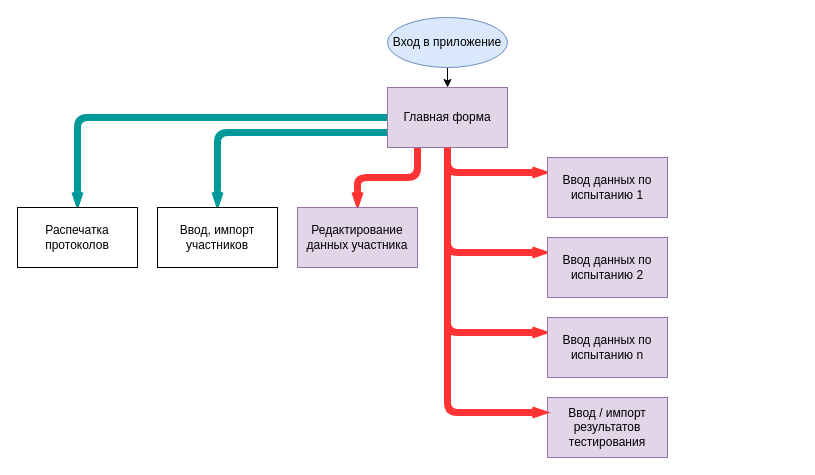
Above: user flow.drawio in AndrewKrazhev/DB (draw.io), before the change. Source tidied: cells renumbered, new cells numbered last; positions are measured from the earlier drawing's top-left corner, leaving out a move shared by most shapes. Both pictures are drawn from the tidied source at 100%, with x=0, y=0 at pixel (17, 17).
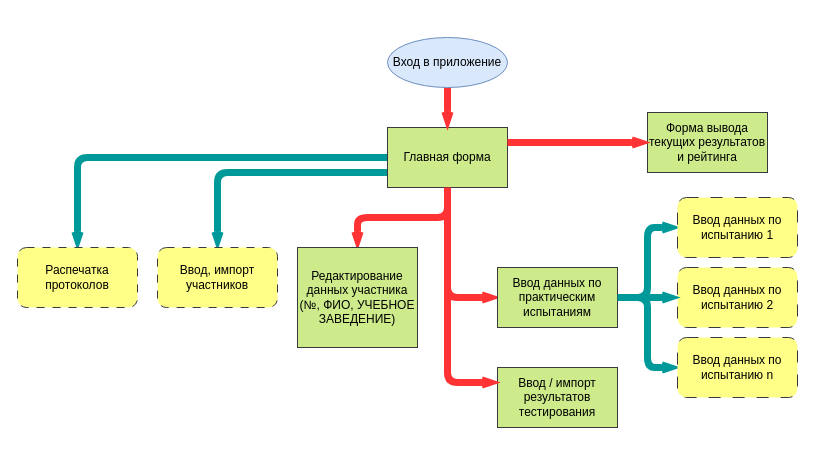
The same diagram, later.

Change to the diagram source:
```diff
@@
-    <mxCell id="4" style="edgeStyle=orthogonalEdgeStyle;rounded=1;jettySize=auto;html=1;exitX=0.25;exitY=1;exitDx=0;exitDy=0;entryX=0.5;entryY=0;entryDx=0;entryDy=0;strokeWidth=7;endSize=1;startSize=1;endArrow=openThin;endFill=0;strokeColor=#FF3333;" parent="1" edge="1" source="8" target="12">
+    <mxCell id="4" style="edgeStyle=orthogonalEdgeStyle;rounded=1;jettySize=auto;html=1;exitX=0.5;exitY=1;exitDx=0;exitDy=0;entryX=0.5;entryY=0;entryDx=0;entryDy=0;strokeWidth=7;endSize=1;startSize=1;endArrow=openThin;endFill=0;strokeColor=#FF3333;" parent="1" edge="1" source="8" target="12">
       <mxGeometry relative="1" as="geometry" />
     </mxCell>
-    <mxCell id="5" style="edgeStyle=orthogonalEdgeStyle;rounded=1;jettySize=auto;html=1;exitX=0.5;exitY=1;exitDx=0;exitDy=0;entryX=0;entryY=0.25;entryDx=0;entryDy=0;strokeWidth=7;endSize=1;startSize=1;endArrow=openThin;endFill=0;strokeColor=#FF3333;" parent="1" edge="1" source="8" target="15">
+    <mxCell id="5" style="edgeStyle=orthogonalEdgeStyle;rounded=1;jettySize=auto;html=1;exitX=1;exitY=0.5;exitDx=0;exitDy=0;entryX=0;entryY=0.5;entryDx=0;entryDy=0;strokeWidth=7;endSize=1;startSize=1;endArrow=openThin;endFill=0;strokeColor=#009999;fillColor=#cce5ff;" parent="1" edge="1" source="21" target="15">
       <mxGeometry relative="1" as="geometry" />
     </mxCell>
-    <mxCell id="6" style="edgeStyle=orthogonalEdgeStyle;rounded=1;jettySize=auto;html=1;exitX=0.5;exitY=1;exitDx=0;exitDy=0;entryX=0;entryY=0.25;entryDx=0;entryDy=0;strokeWidth=7;endSize=1;startSize=1;endArrow=openThin;endFill=0;strokeColor=#FF3333;" parent="1" edge="1" source="8" target="14">
+    <mxCell id="6" style="edgeStyle=orthogonalEdgeStyle;rounded=1;jettySize=auto;html=1;exitX=0.5;exitY=1;exitDx=0;exitDy=0;entryX=0;entryY=0.5;entryDx=0;entryDy=0;strokeWidth=7;endSize=1;startSize=1;endArrow=openThin;endFill=0;strokeColor=#FF3333;" parent="1" edge="1" source="8" target="21">
       <mxGeometry relative="1" as="geometry" />
     </mxCell>
-    <mxCell id="7" style="edgeStyle=orthogonalEdgeStyle;rounded=1;jettySize=auto;html=1;exitX=0.5;exitY=1;exitDx=0;exitDy=0;entryX=0;entryY=0.25;entryDx=0;entryDy=0;strokeWidth=7;endSize=1;startSize=1;endArrow=openThin;endFill=0;strokeColor=#FF3333;" parent="1" edge="1" source="8" target="13">
+    <mxCell id="7" style="edgeStyle=orthogonalEdgeStyle;rounded=1;jettySize=auto;html=1;exitX=1;exitY=0.5;exitDx=0;exitDy=0;entryX=0;entryY=0.5;entryDx=0;entryDy=0;strokeWidth=7;endSize=1;startSize=1;endArrow=openThin;endFill=0;strokeColor=#009999;fillColor=#cce5ff;" parent="1" edge="1" source="21" target="13">
       <mxGeometry relative="1" as="geometry" />
     </mxCell>
-    <mxCell id="8" value="Главная форма" style="rounded=0;whiteSpace=wrap;html=1;fillColor=#e1d5e7;strokeColor=#9673a6;" parent="1" vertex="1">
-      <mxGeometry x="370" y="70" width="120" height="60" as="geometry" />
+    <mxCell id="8" value="Главная форма" style="rounded=0;whiteSpace=wrap;html=1;fillColor=#cdeb8b;strokeColor=#36393d;" parent="1" vertex="1">
+      <mxGeometry x="370" y="110" width="120" height="60" as="geometry" />
     </mxCell>
-    <mxCell id="9" style="edgeStyle=orthogonalEdgeStyle;rounded=0;jettySize=auto;html=1;exitX=0.5;exitY=1;exitDx=0;exitDy=0;entryX=0.5;entryY=0;entryDx=0;entryDy=0;" parent="1" edge="1" source="10" target="8">
+    <mxCell id="9" style="edgeStyle=orthogonalEdgeStyle;rounded=1;jettySize=auto;html=1;exitX=0.5;exitY=1;exitDx=0;exitDy=0;entryX=0.5;entryY=0;entryDx=0;entryDy=0;strokeWidth=7;endSize=1;startSize=1;endArrow=openThin;endFill=0;strokeColor=#FF3333;" parent="1" edge="1" source="10" target="8">
       <mxGeometry relative="1" as="geometry" />
     </mxCell>
     <mxCell id="10" value="Вход в приложение" style="ellipse;whiteSpace=wrap;html=1;fillColor=#dae8fc;strokeColor=#6c8ebf;" parent="1" vertex="1">
-      <mxGeometry x="370" width="120" height="50" as="geometry" />
+      <mxGeometry x="370" y="20" width="120" height="50" as="geometry" />
     </mxCell>
-    <mxCell id="11" value="Ввод, импорт участников" style="rounded=0;whiteSpace=wrap;html=1;" parent="1" vertex="1">
-      <mxGeometry x="140" y="190" width="120" height="60" as="geometry" />
+    <mxCell id="11" value="Ввод, импорт участников" style="rounded=1;whiteSpace=wrap;html=1;fillColor=#ffff88;strokeColor=#36393d;glass=0;dashed=1;dashPattern=8 8;" parent="1" vertex="1">
+      <mxGeometry x="140" y="230" width="120" height="60" as="geometry" />
     </mxCell>
-    <mxCell id="12" value="Редактирование данных участника" style="rounded=0;whiteSpace=wrap;html=1;fillColor=#e1d5e7;strokeColor=#9673a6;" parent="1" vertex="1">
-      <mxGeometry x="280" y="190" width="120" height="60" as="geometry" />
+    <mxCell id="12" value="Редактирование данных участника&lt;br&gt;(№, ФИО, УЧЕБНОЕ ЗАВЕДЕНИЕ)" style="rounded=0;whiteSpace=wrap;html=1;fillColor=#cdeb8b;strokeColor=#36393d;" parent="1" vertex="1">
+      <mxGeometry x="280" y="230" width="120" height="100" as="geometry" />
     </mxCell>
-    <mxCell id="13" value="Ввод данных по испытанию 1" style="rounded=0;whiteSpace=wrap;html=1;fillColor=#e1d5e7;strokeColor=#9673a6;" parent="1" vertex="1">
-      <mxGeometry x="530" y="140" width="120" height="60" as="geometry" />
+    <mxCell id="13" value="Ввод данных по испытанию 1" style="rounded=1;whiteSpace=wrap;html=1;fillColor=#ffff88;strokeColor=#36393d;dashed=1;dashPattern=12 12;" parent="1" vertex="1">
+      <mxGeometry x="660" y="180" width="120" height="60" as="geometry" />
     </mxCell>
-    <mxCell id="14" value="Ввод данных по испытанию 2" style="rounded=0;whiteSpace=wrap;html=1;fillColor=#e1d5e7;strokeColor=#9673a6;" parent="1" vertex="1">
-      <mxGeometry x="530" y="220" width="120" height="60" as="geometry" />
+    <mxCell id="14" value="Ввод данных по испытанию 2" style="rounded=1;whiteSpace=wrap;html=1;fillColor=#ffff88;strokeColor=#36393d;dashed=1;dashPattern=12 12;" parent="1" vertex="1">
+      <mxGeometry x="660" y="250" width="120" height="60" as="geometry" />
     </mxCell>
-    <mxCell id="15" value="Ввод данных по испытанию n" style="rounded=0;whiteSpace=wrap;html=1;fillColor=#e1d5e7;strokeColor=#9673a6;" parent="1" vertex="1">
-      <mxGeometry x="530" y="300" width="120" height="60" as="geometry" />
+    <mxCell id="15" value="Ввод данных по испытанию n" style="rounded=1;whiteSpace=wrap;html=1;fillColor=#ffff88;strokeColor=#36393d;dashed=1;dashPattern=12 12;" parent="1" vertex="1">
+      <mxGeometry x="660" y="320" width="120" height="60" as="geometry" />
     </mxCell>
-    <mxCell id="16" value="Распечатка протоколов" style="rounded=0;whiteSpace=wrap;html=1;" parent="1" vertex="1">
-      <mxGeometry y="190" width="120" height="60" as="geometry" />
+    <mxCell id="16" value="Распечатка протоколов" style="rounded=1;whiteSpace=wrap;html=1;fillColor=#ffff88;strokeColor=#36393d;glass=0;dashed=1;dashPattern=8 8;" parent="1" vertex="1">
+      <mxGeometry y="230" width="120" height="60" as="geometry" />
     </mxCell>
-    <mxCell id="17" value="Ввод / импорт результатов тестирования" style="rounded=0;whiteSpace=wrap;html=1;fillColor=#e1d5e7;strokeColor=#9673a6;" parent="1" vertex="1">
-      <mxGeometry x="530" y="380" width="120" height="60" as="geometry" />
+    <mxCell id="17" value="Ввод / импорт результатов тестирования" style="rounded=0;whiteSpace=wrap;html=1;fillColor=#cdeb8b;strokeColor=#36393d;" parent="1" vertex="1">
+      <mxGeometry x="480" y="350" width="120" height="60" as="geometry" />
     </mxCell>
@@
+    <mxCell id="19" value="Форма вывода текущих результатов и рейтинга" style="rounded=0;whiteSpace=wrap;html=1;fillColor=#cdeb8b;strokeColor=#36393d;" parent="1" vertex="1">
+      <mxGeometry x="630" y="95" width="120" height="60" as="geometry" />
+    </mxCell>
+    <mxCell id="20" style="edgeStyle=orthogonalEdgeStyle;rounded=1;jettySize=auto;html=1;exitX=1;exitY=0.25;exitDx=0;exitDy=0;entryX=0;entryY=0.5;entryDx=0;entryDy=0;strokeWidth=7;endSize=1;startSize=1;endArrow=openThin;endFill=0;strokeColor=#FF3333;" parent="1" edge="1" source="8" target="19">
+      <mxGeometry relative="1" as="geometry" />
+    </mxCell>
+    <mxCell id="21" value="Ввод данных по практическим испытаниям" style="rounded=0;whiteSpace=wrap;html=1;fillColor=#cdeb8b;strokeColor=#36393d;" parent="1" vertex="1">
+      <mxGeometry x="480" y="250" width="120" height="60" as="geometry" />
+    </mxCell>
+    <mxCell id="22" style="edgeStyle=orthogonalEdgeStyle;rounded=1;jettySize=auto;html=1;exitX=1;exitY=0.5;exitDx=0;exitDy=0;entryX=0;entryY=0.5;entryDx=0;entryDy=0;strokeWidth=7;endSize=1;startSize=1;endArrow=openThin;endFill=0;strokeColor=#009999;fillColor=#cce5ff;" parent="1" edge="1" source="21" target="14">
+      <mxGeometry relative="1" as="geometry" />
+    </mxCell>
```
